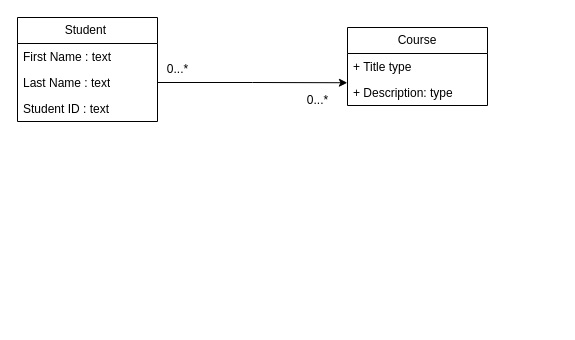
The draw.io diagram Untitled Diagram.drawio in prakashbtech87/systemdesign, before the edit. Source tidied: cells renumbered, new cells numbered last; positions are measured from the earlier drawing's top-left corner, leaving out a move shared by most shapes. Both pictures are drawn from the tidied source at 100%, with x=0, y=0 at pixel (17, 17).
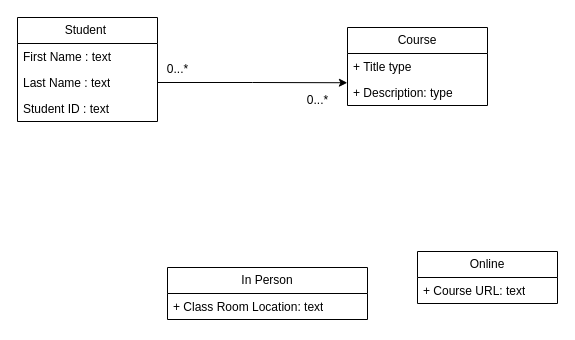
The same diagram, later.

Diff of the diagram source:
```diff
@@
 <mxGraphModel>
   <root>
     <mxCell id="0" />
     <mxCell id="1" parent="0" />
     <mxCell id="2" value="Student&amp;nbsp;" style="swimlane;fontStyle=0;horizontal=1;startSize=26;fillColor=none;whiteSpace=wrap;html=1;" parent="1" vertex="1">
       <mxGeometry width="140" height="104" as="geometry" />
     </mxCell>
     <mxCell id="3" value="First Name : text" style="text;strokeColor=none;fillColor=none;align=left;verticalAlign=top;spacingLeft=4;spacingRight=4;overflow=hidden;whiteSpace=wrap;html=1;" parent="2" vertex="1">
       <mxGeometry y="26" width="140" height="26" as="geometry" />
     </mxCell>
     <mxCell id="4" value="Last Name : text" style="text;strokeColor=none;fillColor=none;align=left;verticalAlign=top;spacingLeft=4;spacingRight=4;overflow=hidden;points=[[0,0.5],[1,0.5]];portConstraint=eastwest;whiteSpace=wrap;html=1;" parent="2" vertex="1">
       <mxGeometry y="52" width="140" height="26" as="geometry" />
     </mxCell>
     <mxCell id="5" value="Student ID : text" style="text;strokeColor=none;fillColor=none;align=left;verticalAlign=top;spacingLeft=4;spacingRight=4;overflow=hidden;whiteSpace=wrap;html=1;" parent="2" vertex="1">
       <mxGeometry y="78" width="140" height="26" as="geometry" />
     </mxCell>
     <mxCell id="6" value="Course" style="swimlane;fontStyle=0;horizontal=1;startSize=26;fillColor=none;whiteSpace=wrap;html=1;" parent="1" vertex="1">
       <mxGeometry x="330" y="10" width="140" height="78" as="geometry" />
     </mxCell>
     <mxCell id="7" value="+ Title type" style="text;strokeColor=none;fillColor=none;align=left;verticalAlign=top;spacingLeft=4;spacingRight=4;overflow=hidden;whiteSpace=wrap;html=1;" parent="6" vertex="1">
       <mxGeometry y="26" width="140" height="26" as="geometry" />
     </mxCell>
     <mxCell id="8" value="+ Description: type" style="text;strokeColor=none;fillColor=none;align=left;verticalAlign=top;spacingLeft=4;spacingRight=4;overflow=hidden;points=[[0,0.5],[1,0.5]];portConstraint=eastwest;whiteSpace=wrap;html=1;" parent="6" vertex="1">
       <mxGeometry y="52" width="140" height="26" as="geometry" />
     </mxCell>
     <mxCell id="9" style="edgeStyle=orthogonalEdgeStyle;rounded=0;jettySize=auto;html=1;entryX=-0.001;entryY=0.125;entryDx=0;entryDy=0;entryPerimeter=0;" parent="1" edge="1" source="4" target="8">
       <mxGeometry relative="1" as="geometry" />
     </mxCell>
     <mxCell id="10" value="0...*" style="text;html=1;align=center;verticalAlign=middle;strokeColor=none;fillColor=none;" parent="1" vertex="1">
       <mxGeometry x="280" y="68" width="40" height="30" as="geometry" />
     </mxCell>
     <mxCell id="11" value="0...*" style="text;html=1;align=center;verticalAlign=middle;strokeColor=none;fillColor=none;" parent="1" vertex="1">
       <mxGeometry x="140" y="37" width="40" height="30" as="geometry" />
     </mxCell>
+    <mxCell id="12" value="In Person" style="swimlane;fontStyle=0;horizontal=1;startSize=26;fillColor=none;whiteSpace=wrap;html=1;" parent="1" vertex="1">
+      <mxGeometry x="150" y="250" width="200" height="52" as="geometry" />
+    </mxCell>
+    <mxCell id="13" value="+ Class Room Location: text" style="text;strokeColor=none;fillColor=none;align=left;verticalAlign=top;spacingLeft=4;spacingRight=4;overflow=hidden;whiteSpace=wrap;html=1;" parent="12" vertex="1">
+      <mxGeometry y="26" width="200" height="26" as="geometry" />
+    </mxCell>
+    <mxCell id="14" value="Online" style="swimlane;fontStyle=0;horizontal=1;startSize=26;fillColor=none;whiteSpace=wrap;html=1;" parent="1" vertex="1">
+      <mxGeometry x="400" y="234" width="140" height="52" as="geometry" />
+    </mxCell>
+    <mxCell id="15" value="+ Course URL: text" style="text;strokeColor=none;fillColor=none;align=left;verticalAlign=top;spacingLeft=4;spacingRight=4;overflow=hidden;whiteSpace=wrap;html=1;" parent="14" vertex="1">
+      <mxGeometry y="26" width="140" height="26" as="geometry" />
+    </mxCell>
   </root>
 </mxGraphModel>
```
